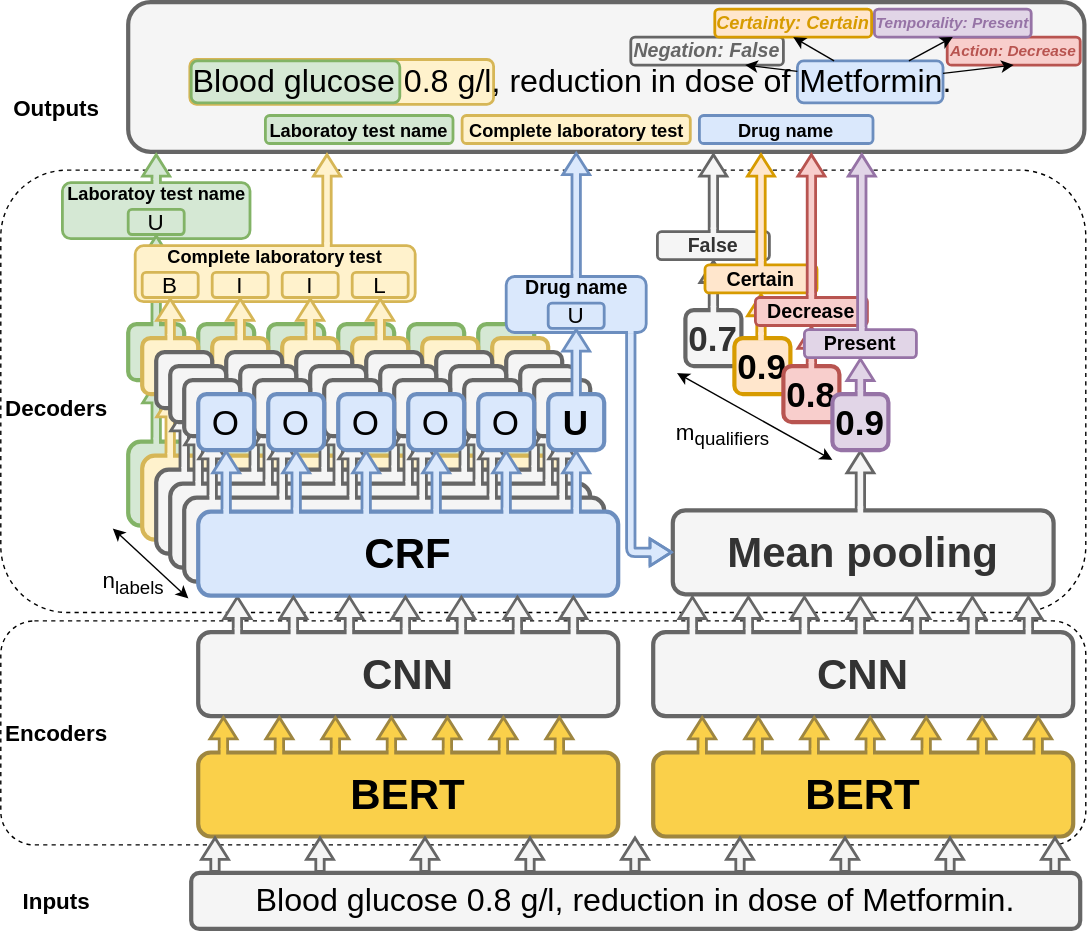
Above: figures/ner_qualif_model.svg in Aremaki/BioMedics (draw.io), before the change. Source tidied: cells renumbered, new cells last; positions are measured from the earlier drawing's top-left corner, leaving out a move shared by most shapes.
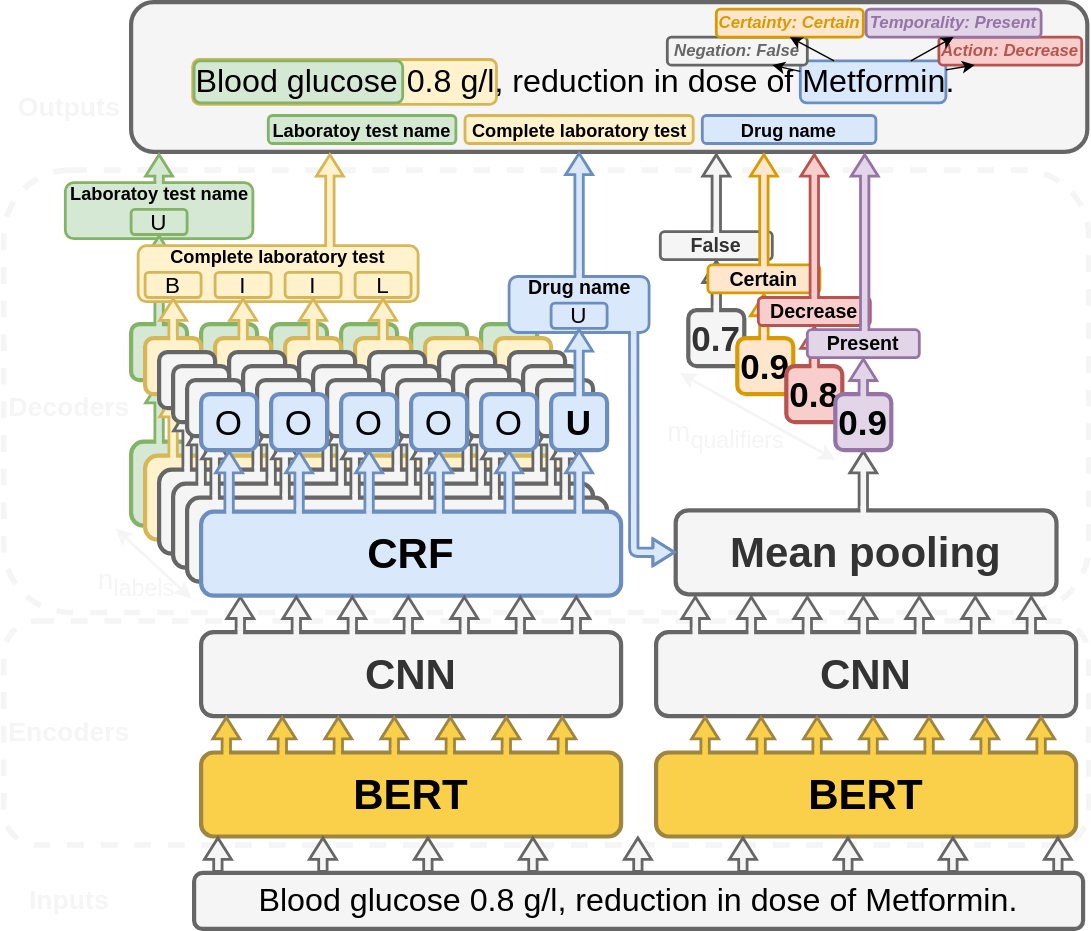
The same diagram one commit later.

The edit, as a diff of the source:
```diff
@@ -14,7 +14,7 @@
     <mxCell id="5" value="BERT" style="rounded=1;whiteSpace=wrap;html=1;fillColor=#FAD04A;strokeColor=#9E8640;strokeWidth=3;fontSize=30;fontStyle=1;" parent="1" vertex="1">
       <mxGeometry x="466" y="536" width="300" height="60" as="geometry" />
     </mxCell>
-    <mxCell id="6" style="rounded=1;whiteSpace=wrap;html=1;fillColor=none;dashed=1;" parent="1" vertex="1">
+    <mxCell id="6" style="rounded=1;whiteSpace=wrap;html=1;fillColor=none;dashed=1;strokeWidth=4;strokeColor=#F5F5F5;fontColor=#F5F5F5;" parent="1" vertex="1">
       <mxGeometry y="120" width="775" height="316" as="geometry" />
     </mxCell>
     <mxCell id="7" style="shape=flexArrow;endArrow=classic;html=1;rounded=0;entryX=0.5;entryY=1;entryDx=0;entryDy=0;exitX=0.5;exitY=0;exitDx=0;exitDy=0;width=5;endWidth=11.255813953488373;endSize=4.426046511627907;fillColor=#f5f5f5;strokeColor=#666666;strokeWidth=2;" parent="1" edge="1" source="8" target="216">
@@ -26,7 +26,7 @@
     <mxCell id="9" style="rounded=0;whiteSpace=wrap;html=1;fillColor=#f5f5f5;strokeColor=none;strokeWidth=3;fontSize=30;fontStyle=1;fontColor=#333333;" parent="1" vertex="1">
       <mxGeometry x="507" y="217" width="4" height="6" as="geometry" />
     </mxCell>
-    <mxCell id="10" style="rounded=1;whiteSpace=wrap;html=1;fillColor=none;dashed=1;" parent="1" vertex="1">
+    <mxCell id="10" style="rounded=1;whiteSpace=wrap;html=1;fillColor=none;dashed=1;strokeWidth=4;strokeColor=#F5F5F5;fontColor=#F5F5F5;" parent="1" vertex="1">
       <mxGeometry y="442" width="775" height="160" as="geometry" />
     </mxCell>
     <mxCell id="11" style="rounded=1;whiteSpace=wrap;html=1;fillColor=#d5e8d4;strokeColor=#82b366;fontSize=16;fontStyle=1;strokeWidth=2;" parent="1" vertex="1">
@@ -58,8 +58,8 @@
     <mxCell id="17" value="CNN&lt;span style=&quot;color: rgba(0, 0, 0, 0); font-family: monospace; font-size: 0px; font-weight: 400; text-align: start; text-wrap: nowrap;&quot;&gt;%3CmxGraphModel%3E%3Croot%3E%3CmxCell%20id%3D%220%22%2F%3E%3CmxCell%20id%3D%221%22%20parent%3D%220%22%2F%3E%3CmxCell%20id%3D%222%22%20value%3D%22BERT%22%20style%3D%22rounded%3D1%3BwhiteSpace%3Dwrap%3Bhtml%3D1%3BfillColor%3D%23FAD04A%3BstrokeColor%3D%239E8640%3BstrokeWidth%3D3%3BfontSize%3D30%3BfontStyle%3D1%22%20vertex%3D%221%22%20parent%3D%221%22%3E%3CmxGeometry%20x%3D%22149%22%20y%3D%22390%22%20width%3D%22530%22%20height%3D%2260%22%20as%3D%22geometry%22%2F%3E%3C%2FmxCell%3E%3C%2Froot%3E%3C%2FmxGraphModel%3E&lt;/span&gt;" style="rounded=1;whiteSpace=wrap;html=1;fillColor=#f5f5f5;strokeColor=#666666;strokeWidth=3;fontSize=30;fontStyle=1;fontColor=#333333;" parent="1" vertex="1">
       <mxGeometry x="466" y="450" width="300" height="60" as="geometry" />
     </mxCell>
-    <mxCell id="18" value="Inputs" style="text;html=1;align=center;verticalAlign=middle;whiteSpace=wrap;rounded=0;fontSize=16;fontStyle=1;" parent="1" vertex="1">
-      <mxGeometry y="627" width="80" height="30" as="geometry" />
+    <mxCell id="18" value="Inputs" style="text;html=1;align=center;verticalAlign=middle;whiteSpace=wrap;rounded=0;fontSize=19;fontStyle=1;fontColor=#F5F5F5;" parent="1" vertex="1">
+      <mxGeometry x="7" y="627" width="80" height="30" as="geometry" />
     </mxCell>
     <mxCell id="19" style="shape=flexArrow;endArrow=classic;html=1;rounded=0;entryX=0.5;entryY=1;entryDx=0;entryDy=0;exitX=0.5;exitY=0;exitDx=0;exitDy=0;width=5;endWidth=11.255813953488373;endSize=4.426046511627907;fillColor=#f5f5f5;strokeColor=#666666;strokeWidth=2;" parent="1" edge="1">
       <mxGeometry relative="1" as="geometry">
@@ -187,8 +187,8 @@
         <mxPoint x="359" y="510" as="targetPoint" />
       </mxGeometry>
     </mxCell>
-    <mxCell id="40" value="Decoders" style="text;html=1;align=center;verticalAlign=middle;whiteSpace=wrap;rounded=0;fontSize=16;fontStyle=1;" parent="1" vertex="1">
-      <mxGeometry y="275" width="80" height="30" as="geometry" />
+    <mxCell id="40" value="Decoders" style="text;html=1;align=center;verticalAlign=middle;whiteSpace=wrap;rounded=0;fontSize=19;fontStyle=1;fontColor=#F5F5F5;" parent="1" vertex="1">
+      <mxGeometry x="7" y="275" width="80" height="30" as="geometry" />
     </mxCell>
     <mxCell id="41" value="CRF" style="rounded=1;whiteSpace=wrap;html=1;fillColor=#d5e8d4;strokeColor=#82b366;strokeWidth=3;fontSize=30;fontStyle=1;" parent="1" vertex="1">
       <mxGeometry x="91" y="314" width="300" height="60" as="geometry" />
@@ -645,13 +645,13 @@
     <mxCell id="162" style="rounded=0;whiteSpace=wrap;html=1;fillColor=#d5e8d4;strokeColor=none;strokeWidth=3;fontSize=30;fontStyle=1;" parent="1" vertex="1">
       <mxGeometry x="109" y="227" width="4" height="6" as="geometry" />
     </mxCell>
-    <mxCell id="163" style="endArrow=classic;startArrow=classic;html=1;rounded=0;" parent="1" edge="1">
+    <mxCell id="163" style="endArrow=classic;startArrow=classic;html=1;rounded=0;fontColor=#b5c9e8;strokeColor=#F5F5F5;strokeWidth=2;" parent="1" edge="1">
       <mxGeometry relative="1" as="geometry">
         <mxPoint x="80" y="376" as="sourcePoint" />
         <mxPoint x="134" y="426" as="targetPoint" />
       </mxGeometry>
     </mxCell>
-    <mxCell id="164" value="&lt;font style=&quot;font-size: 16px;&quot;&gt;n&lt;sub&gt;labels&lt;/sub&gt;&lt;/font&gt;" style="text;html=1;align=center;verticalAlign=middle;whiteSpace=wrap;rounded=0;" parent="1" vertex="1">
+    <mxCell id="164" value="&lt;font style=&quot;font-size: 20px;&quot;&gt;n&lt;sub&gt;labels&lt;/sub&gt;&lt;/font&gt;" style="text;html=1;align=center;verticalAlign=middle;whiteSpace=wrap;rounded=0;fontColor=#F5F5F5;strokeColor=none;" parent="1" vertex="1">
       <mxGeometry x="64.5" y="400" width="60" height="30" as="geometry" />
     </mxCell>
     <mxCell id="165" value="Mean pooling" style="rounded=1;whiteSpace=wrap;html=1;fillColor=#f5f5f5;strokeColor=#666666;strokeWidth=3;fontSize=30;fontStyle=1;fontColor=#333333;" parent="1" vertex="1">
@@ -818,10 +818,10 @@
         <mxPoint x="614" y="320" as="targetPoint" />
       </mxGeometry>
     </mxCell>
-    <mxCell id="205" value="&lt;font style=&quot;font-size: 16px;&quot;&gt;m&lt;sub&gt;qualifiers&lt;/sub&gt;&lt;/font&gt;" style="text;html=1;align=center;verticalAlign=middle;whiteSpace=wrap;rounded=0;" parent="1" vertex="1">
+    <mxCell id="205" value="&lt;font style=&quot;font-size: 20px;&quot;&gt;m&lt;sub&gt;qualifiers&lt;/sub&gt;&lt;/font&gt;" style="text;html=1;align=center;verticalAlign=middle;whiteSpace=wrap;rounded=0;fontColor=#F5F5F5;" parent="1" vertex="1">
       <mxGeometry x="486" y="294" width="60" height="30" as="geometry" />
     </mxCell>
-    <mxCell id="206" style="endArrow=classic;startArrow=classic;html=1;rounded=0;" parent="1" edge="1">
+    <mxCell id="206" style="endArrow=classic;startArrow=classic;html=1;rounded=0;strokeWidth=2;strokeColor=#F5F5F5;fontColor=#b5c9e8;" parent="1" edge="1">
       <mxGeometry relative="1" as="geometry">
         <mxPoint x="483" y="265" as="sourcePoint" />
         <mxPoint x="594" y="327" as="targetPoint" />
@@ -857,11 +857,11 @@
         <mxPoint x="509" y="108" as="targetPoint" />
       </mxGeometry>
     </mxCell>
-    <mxCell id="214" value="Encoders" style="text;html=1;align=center;verticalAlign=middle;whiteSpace=wrap;rounded=0;fontSize=16;fontStyle=1;" parent="1" vertex="1">
-      <mxGeometry y="507" width="80" height="30" as="geometry" />
+    <mxCell id="214" value="Encoders" style="text;html=1;align=center;verticalAlign=middle;whiteSpace=wrap;rounded=0;fontSize=19;fontStyle=1;fontColor=#F5F5F5;" parent="1" vertex="1">
+      <mxGeometry x="7" y="507" width="80" height="30" as="geometry" />
     </mxCell>
-    <mxCell id="215" value="Outputs" style="text;html=1;align=center;verticalAlign=middle;whiteSpace=wrap;rounded=0;fontSize=16;fontStyle=1;" parent="1" vertex="1">
-      <mxGeometry y="60.5" width="80" height="30" as="geometry" />
+    <mxCell id="215" value="Outputs" style="text;html=1;align=center;verticalAlign=middle;whiteSpace=wrap;rounded=0;fontSize=19;fontStyle=1;fontColor=#F5F5F5;" parent="1" vertex="1">
+      <mxGeometry x="7" y="60.5" width="80" height="30" as="geometry" />
     </mxCell>
     <mxCell id="216" value="False" style="rounded=1;whiteSpace=wrap;html=1;fillColor=#f5f5f5;strokeColor=#666666;fontSize=14;fontStyle=1;strokeWidth=2;fontColor=#333333;" parent="1" vertex="1">
       <mxGeometry x="469" y="164" width="80" height="20" as="geometry" />
@@ -958,22 +958,22 @@
     <mxCell id="242" value="&lt;span style=&quot;font-size: 13px;&quot;&gt;Drug name&lt;/span&gt;" style="rounded=1;whiteSpace=wrap;html=1;fillColor=#dae8fc;strokeColor=#6c8ebf;fontSize=16;fontStyle=1;strokeWidth=2;verticalAlign=middle;align=center;" parent="1" vertex="1">
       <mxGeometry x="499" y="81" width="124" height="20" as="geometry" />
     </mxCell>
-    <mxCell id="243" value="&lt;span style=&quot;color: rgb(102, 102, 102); font-size: 14px; font-style: italic; text-align: left;&quot;&gt;Negation: False&lt;/span&gt;" style="rounded=1;whiteSpace=wrap;html=1;fillColor=#f5f5f5;strokeColor=#666666;fontSize=14;fontStyle=1;strokeWidth=2;verticalAlign=middle;align=center;fontColor=#333333;" parent="1" vertex="1">
-      <mxGeometry x="450" y="25" width="109" height="20" as="geometry" />
+    <mxCell id="243" value="&lt;span style=&quot;color: rgb(102, 102, 102); font-size: 12px; font-style: italic; text-align: left;&quot;&gt;Negation: False&lt;/span&gt;" style="rounded=1;whiteSpace=wrap;html=1;fillColor=#f5f5f5;strokeColor=#666666;fontSize=12;fontStyle=1;strokeWidth=2;verticalAlign=middle;align=center;fontColor=#333333;" parent="1" vertex="1">
+      <mxGeometry x="474" y="25" width="100" height="20" as="geometry" />
     </mxCell>
-    <mxCell id="244" value="&lt;span style=&quot;color: rgb(215, 155, 0); font-size: 13px; font-style: italic; text-align: left;&quot;&gt;Certainty: Certain&lt;/span&gt;" style="rounded=1;whiteSpace=wrap;html=1;fillColor=#ffe6cc;strokeColor=#d79b00;fontSize=13;fontStyle=1;strokeWidth=2;verticalAlign=middle;align=center;" parent="1" vertex="1">
-      <mxGeometry x="510" y="5" width="112" height="20" as="geometry" />
+    <mxCell id="244" value="&lt;span style=&quot;color: rgb(215, 155, 0); font-size: 12px; font-style: italic; text-align: left;&quot;&gt;Certainty: Certain&lt;/span&gt;" style="rounded=1;whiteSpace=wrap;html=1;fillColor=#ffe6cc;strokeColor=#d79b00;fontSize=12;fontStyle=1;strokeWidth=2;verticalAlign=middle;align=center;" parent="1" vertex="1">
+      <mxGeometry x="509" y="5" width="105" height="20" as="geometry" />
     </mxCell>
-    <mxCell id="245" value="&lt;span style=&quot;color: rgb(184, 84, 80); font-size: 11px; font-style: italic; text-align: left;&quot;&gt;Action: Decrease&lt;/span&gt;" style="rounded=1;whiteSpace=wrap;html=1;fillColor=#f8cecc;strokeColor=#b85450;fontSize=11;fontStyle=1;strokeWidth=2;verticalAlign=middle;align=center;" parent="1" vertex="1">
-      <mxGeometry x="676" y="25" width="95" height="20" as="geometry" />
+    <mxCell id="245" value="&lt;span style=&quot;color: rgb(184, 84, 80); font-size: 12px; font-style: italic; text-align: left;&quot;&gt;Action: Decrease&lt;/span&gt;" style="rounded=1;whiteSpace=wrap;html=1;fillColor=#f8cecc;strokeColor=#b85450;fontSize=12;fontStyle=1;strokeWidth=2;verticalAlign=middle;align=center;" parent="1" vertex="1">
+      <mxGeometry x="668" y="25" width="102" height="20" as="geometry" />
     </mxCell>
-    <mxCell id="246" value="&lt;span style=&quot;color: rgb(150, 115, 166); font-size: 11px; font-style: italic; text-align: left;&quot;&gt;Temporality: Present&lt;/span&gt;" style="rounded=1;whiteSpace=wrap;html=1;fillColor=#e1d5e7;strokeColor=#9673a6;fontSize=11;fontStyle=1;strokeWidth=2;verticalAlign=middle;align=center;" parent="1" vertex="1">
-      <mxGeometry x="624" y="5" width="112" height="20" as="geometry" />
+    <mxCell id="246" value="&lt;span style=&quot;color: rgb(150, 115, 166); font-size: 12px; font-style: italic; text-align: left;&quot;&gt;Temporality: Present&lt;/span&gt;" style="rounded=1;whiteSpace=wrap;html=1;fillColor=#e1d5e7;strokeColor=#9673a6;fontSize=12;fontStyle=1;strokeWidth=2;verticalAlign=middle;align=center;" parent="1" vertex="1">
+      <mxGeometry x="616" y="5" width="125" height="20" as="geometry" />
     </mxCell>
     <mxCell id="247" style="rounded=0;jettySize=auto;html=1;entryX=0.5;entryY=1;entryDx=0;entryDy=0;" parent="1" edge="1" source="237" target="244">
       <mxGeometry relative="1" as="geometry" />
     </mxCell>
-    <mxCell id="248" style="rounded=0;jettySize=auto;html=1;entryX=0.5;entryY=1;entryDx=0;entryDy=0;" parent="1" edge="1" source="237" target="245">
+    <mxCell id="248" style="rounded=0;jettySize=auto;html=1;entryX=0.25;entryY=1;entryDx=0;entryDy=0;" parent="1" edge="1" source="237" target="245">
       <mxGeometry relative="1" as="geometry" />
     </mxCell>
     <mxCell id="249" style="rounded=0;jettySize=auto;html=1;entryX=0.5;entryY=1;entryDx=0;entryDy=0;" parent="1" edge="1" source="237" target="246">
```
